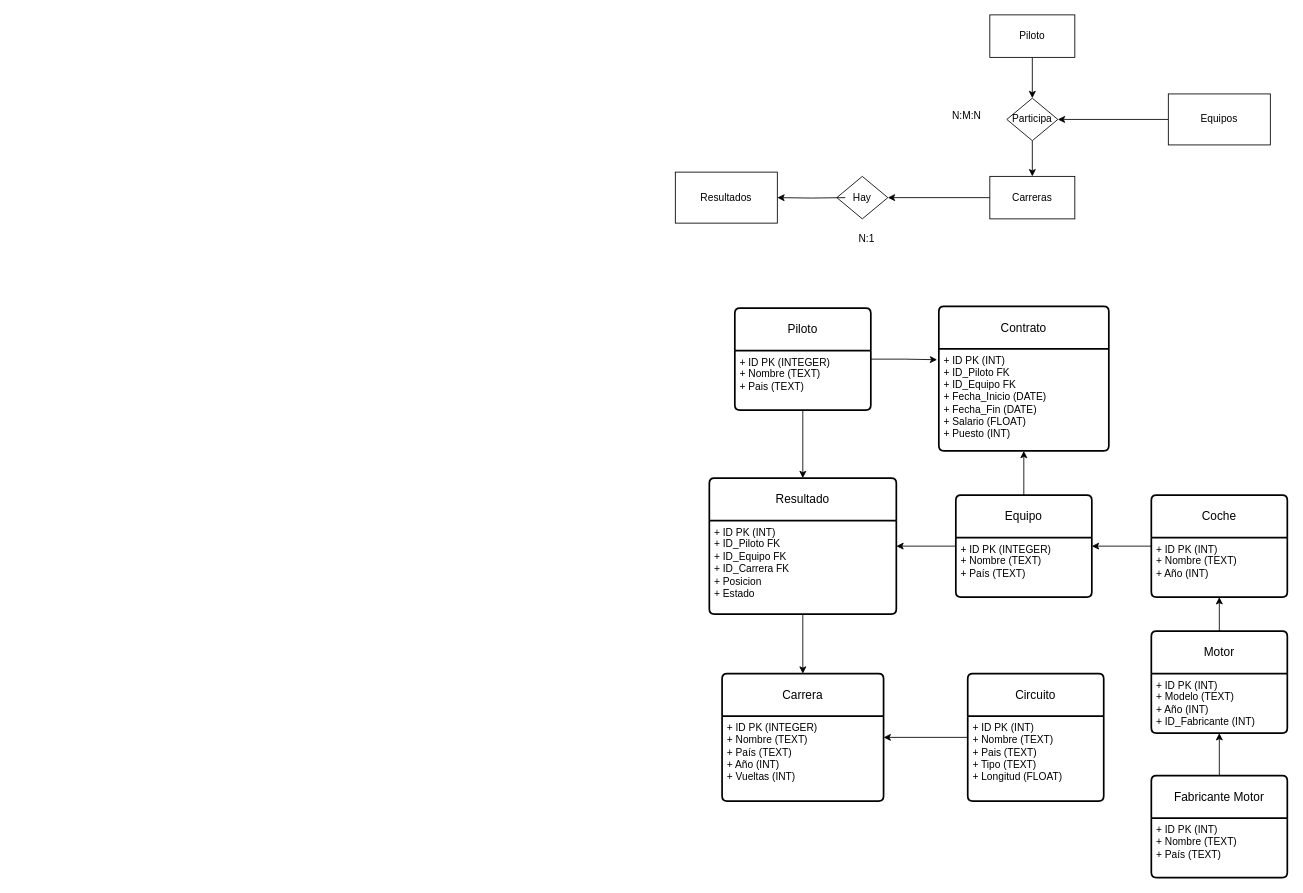
Earlier version of the draw.io diagram AccesoADatos/F1.drawio (SrLlama99/3WEM). Source tidied: cells renumbered, new cells numbered last; positions are measured from the earlier drawing's top-left corner, leaving out a move shared by most shapes. Both pictures are drawn from the tidied source at 85%, with x=0, y=0 at pixel (675, 14).
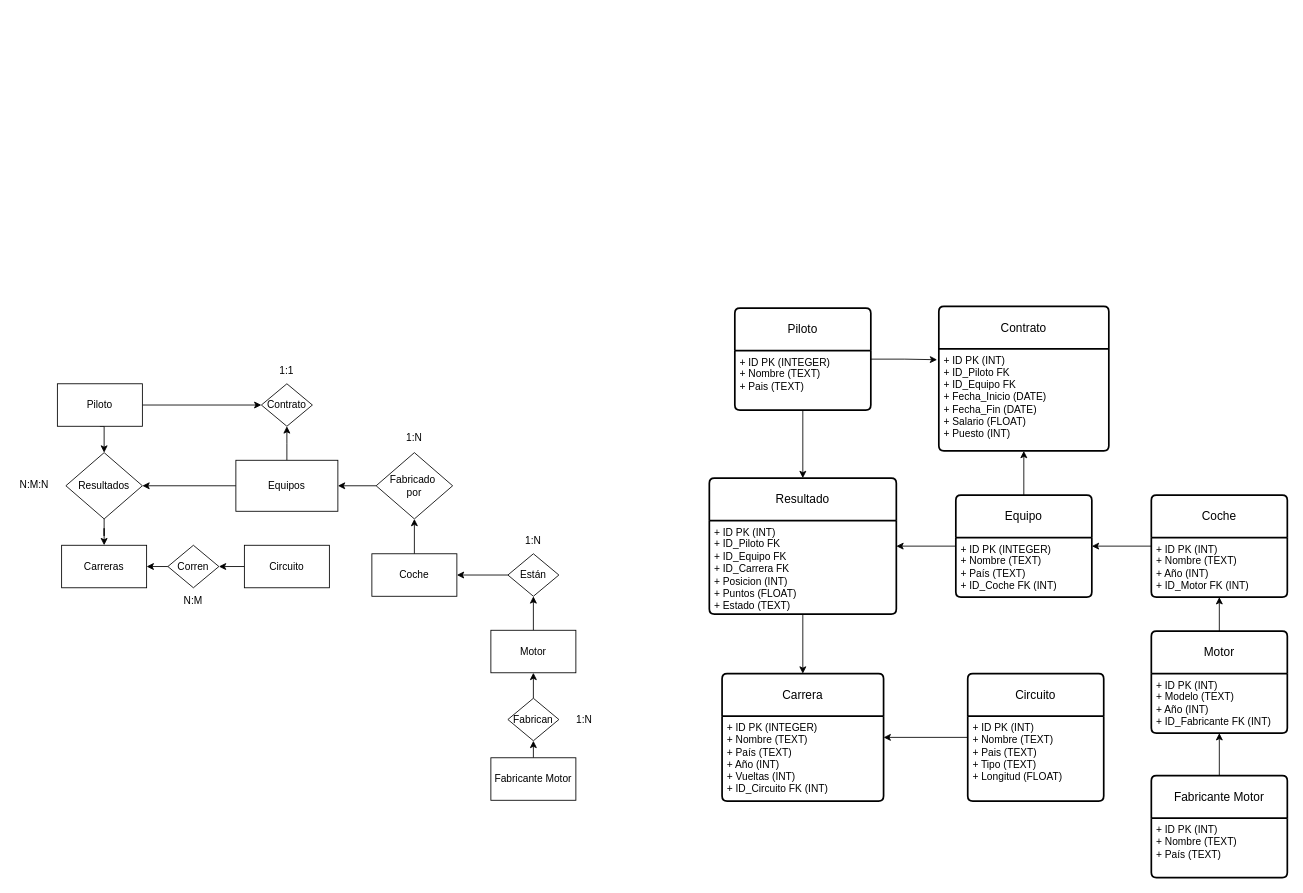
After the change.

Unchanged cells that the change refers to:
```xml
<mxCell id="17" value="Equipo" style="swimlane;horizontal=1;startSize=50;rounded=1;fontSize=14;fontStyle=0;strokeWidth=2;shadow=0;dashed=0;align=center;arcSize=4;whiteSpace=wrap;html=1;" parent="1" vertex="1">
  <mxGeometry x="330" y="565" width="160" height="120" as="geometry" />
</mxCell>
<mxCell id="23" value="Resultado" style="swimlane;horizontal=1;startSize=50;rounded=1;fontSize=14;fontStyle=0;strokeWidth=2;shadow=0;dashed=0;align=center;arcSize=4;whiteSpace=wrap;html=1;" parent="1" vertex="1">
  <mxGeometry x="40" y="545" width="220" height="160" as="geometry" />
</mxCell>
<mxCell id="25" value="Carrera" style="swimlane;horizontal=1;startSize=50;rounded=1;fontSize=14;fontStyle=0;strokeWidth=2;shadow=0;dashed=0;align=center;arcSize=4;whiteSpace=wrap;html=1;" parent="1" vertex="1">
  <mxGeometry x="55" y="775" width="190" height="150" as="geometry" />
</mxCell>
<mxCell id="33" value="Coche" style="swimlane;horizontal=1;startSize=50;rounded=1;fontSize=14;fontStyle=0;strokeWidth=2;shadow=0;dashed=0;align=center;arcSize=4;whiteSpace=wrap;html=1;" parent="1" vertex="1">
  <mxGeometry x="560" y="565" width="160" height="120" as="geometry" />
</mxCell>
<mxCell id="36" value="Motor" style="swimlane;horizontal=1;startSize=50;rounded=1;fontSize=14;fontStyle=0;strokeWidth=2;shadow=0;dashed=0;align=center;arcSize=4;whiteSpace=wrap;html=1;" parent="1" vertex="1">
  <mxGeometry x="560" y="725" width="160" height="120" as="geometry" />
</mxCell>
<mxCell id="39" value="Fabricante Motor" style="swimlane;horizontal=1;startSize=50;rounded=1;fontSize=14;fontStyle=0;strokeWidth=2;shadow=0;dashed=0;align=center;arcSize=4;whiteSpace=wrap;html=1;" parent="1" vertex="1">
  <mxGeometry x="560" y="895" width="160" height="120" as="geometry" />
</mxCell>
```

Change to the diagram source:
```diff
@@
+    <mxCell id="42" style="edgeStyle=orthogonalEdgeStyle;rounded=0;jettySize=auto;html=1;exitX=0.5;exitY=0;exitDx=0;exitDy=0;entryX=0.5;entryY=1;entryDx=0;entryDy=0;" parent="1" edge="1" source="3">
+      <mxGeometry relative="1" as="geometry">
+        <mxPoint x="-457" y="484" as="targetPoint" />
+      </mxGeometry>
+    </mxCell>
     <mxCell id="3" value="Equipos" style="rounded=0;whiteSpace=wrap;html=1;" parent="1" vertex="1">
-      <mxGeometry x="580" y="93" width="120" height="60" as="geometry" />
+      <mxGeometry x="-517" y="524" width="120" height="60" as="geometry" />
     </mxCell>
@@
+    <mxCell id="43" style="edgeStyle=orthogonalEdgeStyle;rounded=0;jettySize=auto;html=1;exitX=1;exitY=0.5;exitDx=0;exitDy=0;entryX=0;entryY=0.5;entryDx=0;entryDy=0;" parent="1" edge="1" source="5" target="47">
+      <mxGeometry relative="1" as="geometry" />
+    </mxCell>
     <mxCell id="5" value="Piloto" style="html=1;dashed=0;whiteSpace=wrap;" parent="1" vertex="1">
-      <mxGeometry x="370" width="100" height="50" as="geometry" />
+      <mxGeometry x="-727" y="434" width="100" height="50" as="geometry" />
     </mxCell>
-    <mxCell id="6" style="edgeStyle=orthogonalEdgeStyle;rounded=0;jettySize=auto;html=1;exitX=0;exitY=0.5;exitDx=0;exitDy=0;entryX=1;entryY=0.5;entryDx=0;entryDy=0;" parent="1" edge="1" source="7" target="10">
-      <mxGeometry relative="1" as="geometry" />
-    </mxCell>
     <mxCell id="7" value="Carreras" style="html=1;dashed=0;whiteSpace=wrap;" parent="1" vertex="1">
-      <mxGeometry x="370" y="190" width="100" height="50" as="geometry" />
+      <mxGeometry x="-722" y="624" width="100" height="50" as="geometry" />
     </mxCell>
-    <mxCell id="8" style="edgeStyle=orthogonalEdgeStyle;rounded=0;jettySize=auto;html=1;exitX=0.5;exitY=1;exitDx=0;exitDy=0;entryX=0.5;entryY=0;entryDx=0;entryDy=0;" parent="1" edge="1" source="9" target="7">
+    <mxCell id="8" style="edgeStyle=orthogonalEdgeStyle;rounded=0;jettySize=auto;html=1;exitX=0.5;exitY=1;exitDx=0;exitDy=0;" parent="1" edge="1" source="9" target="7">
       <mxGeometry relative="1" as="geometry" />
     </mxCell>
-    <mxCell id="9" value="Participa" style="shape=rhombus;html=1;dashed=0;whiteSpace=wrap;perimeter=rhombusPerimeter;" parent="1" vertex="1">
-      <mxGeometry x="390" y="98" width="60" height="50" as="geometry" />
+    <mxCell id="9" value="Resultados" style="shape=rhombus;html=1;dashed=0;whiteSpace=wrap;perimeter=rhombusPerimeter;" parent="1" vertex="1">
+      <mxGeometry x="-717" y="515" width="90" height="78" as="geometry" />
     </mxCell>
-    <mxCell id="10" value="Hay" style="shape=rhombus;html=1;dashed=0;whiteSpace=wrap;perimeter=rhombusPerimeter;" parent="1" vertex="1">
-      <mxGeometry x="190" y="190" width="60" height="50" as="geometry" />
-    </mxCell>
-    <mxCell id="11" style="edgeStyle=orthogonalEdgeStyle;rounded=0;jettySize=auto;html=1;exitX=0;exitY=0.5;exitDx=0;exitDy=0;" parent="1" edge="1" target="12">
-      <mxGeometry relative="1" as="geometry">
-        <mxPoint x="200" y="215" as="sourcePoint" />
-      </mxGeometry>
-    </mxCell>
-    <mxCell id="12" value="Resultados" style="rounded=0;whiteSpace=wrap;html=1;" parent="1" vertex="1">
-      <mxGeometry y="185" width="120" height="60" as="geometry" />
-    </mxCell>
     <mxCell id="13" value="N:M:N" style="text;strokeColor=none;fillColor=none;spacingLeft=4;spacingRight=4;overflow=hidden;fontSize=12;whiteSpace=wrap;html=1;" parent="1" vertex="1">
-      <mxGeometry x="320" y="105" width="50" height="30" as="geometry" />
+      <mxGeometry x="-777" y="539" width="50" height="30" as="geometry" />
     </mxCell>
-    <mxCell id="14" value="N:1" style="text;strokeColor=none;fillColor=none;spacingLeft=4;spacingRight=4;overflow=hidden;fontSize=12;whiteSpace=wrap;html=1;" parent="1" vertex="1">
-      <mxGeometry x="210" y="250" width="40" height="30" as="geometry" />
-    </mxCell>
@@
-    <mxCell id="18" value="+ ID PK (INTEGER)&lt;div&gt;+ Nombre (TEXT)&lt;/div&gt;&lt;div&gt;+ País (TEXT)&lt;/div&gt;" style="align=left;strokeColor=none;fillColor=none;spacingLeft=4;spacingRight=4;fontSize=12;verticalAlign=top;html=1;whiteSpace=wrap;" parent="17" vertex="1">
+    <mxCell id="18" value="+ ID PK (INTEGER)&lt;div&gt;+ Nombre (TEXT)&lt;/div&gt;&lt;div&gt;+ País (TEXT)&lt;/div&gt;&lt;div&gt;+ ID_Coche FK (INT)&lt;/div&gt;" style="align=left;strokeColor=none;fillColor=none;spacingLeft=4;spacingRight=4;fontSize=12;verticalAlign=top;html=1;whiteSpace=wrap;" parent="17" vertex="1">
       <mxGeometry y="50" width="160" height="70" as="geometry" />
     </mxCell>
@@
-    <mxCell id="24" value="&lt;div&gt;+ ID PK (INT)&lt;/div&gt;+ ID_Piloto FK&lt;div&gt;+ ID_Equipo FK&lt;/div&gt;&lt;div&gt;+ ID_Carrera FK&lt;/div&gt;&lt;div&gt;+ Posicion&lt;/div&gt;&lt;div&gt;+ Estado&lt;/div&gt;" style="align=left;strokeColor=none;fillColor=none;spacingLeft=4;spacingRight=4;fontSize=12;verticalAlign=top;html=1;whiteSpace=wrap;" parent="23" vertex="1">
+    <mxCell id="24" value="&lt;div&gt;+ ID PK (INT)&lt;/div&gt;+ ID_Piloto FK&lt;div&gt;+ ID_Equipo FK&lt;/div&gt;&lt;div&gt;+ ID_Carrera FK&lt;/div&gt;&lt;div&gt;+ Posicion (INT)&lt;/div&gt;&lt;div&gt;+ Puntos (FLOAT)&lt;/div&gt;&lt;div&gt;+ Estado (TEXT)&lt;/div&gt;" style="align=left;strokeColor=none;fillColor=none;spacingLeft=4;spacingRight=4;fontSize=12;verticalAlign=top;html=1;whiteSpace=wrap;" parent="23" vertex="1">
       <mxGeometry y="50" width="220" height="110" as="geometry" />
     </mxCell>
@@
-    <mxCell id="26" value="+ ID PK (INTEGER)&lt;div&gt;+ Nombre (TEXT)&lt;/div&gt;&lt;div&gt;+ País (TEXT)&lt;/div&gt;&lt;div&gt;+ Año (INT)&lt;/div&gt;&lt;div&gt;+ Vueltas (INT)&lt;/div&gt;" style="align=left;strokeColor=none;fillColor=none;spacingLeft=4;spacingRight=4;fontSize=12;verticalAlign=top;html=1;whiteSpace=wrap;" parent="25" vertex="1">
+    <mxCell id="26" value="+ ID PK (INTEGER)&lt;div&gt;+ Nombre (TEXT)&lt;/div&gt;&lt;div&gt;+ País (TEXT)&lt;/div&gt;&lt;div&gt;+ Año (INT)&lt;/div&gt;&lt;div&gt;+ Vueltas (INT)&lt;/div&gt;&lt;div&gt;+ ID_Circuito FK (INT)&lt;/div&gt;" style="align=left;strokeColor=none;fillColor=none;spacingLeft=4;spacingRight=4;fontSize=12;verticalAlign=top;html=1;whiteSpace=wrap;" parent="25" vertex="1">
       <mxGeometry y="50" width="190" height="100" as="geometry" />
     </mxCell>
@@
-    <mxCell id="34" value="+ ID PK (INT)&lt;br&gt;+ Nombre (TEXT)&lt;div&gt;+ Año (INT)&lt;/div&gt;" style="align=left;strokeColor=none;fillColor=none;spacingLeft=4;spacingRight=4;fontSize=12;verticalAlign=top;html=1;whiteSpace=wrap;" parent="33" vertex="1">
+    <mxCell id="34" value="+ ID PK (INT)&lt;br&gt;+ Nombre (TEXT)&lt;div&gt;+ Año (INT)&lt;/div&gt;&lt;div&gt;+ ID_Motor FK (INT)&lt;/div&gt;" style="align=left;strokeColor=none;fillColor=none;spacingLeft=4;spacingRight=4;fontSize=12;verticalAlign=top;html=1;whiteSpace=wrap;" parent="33" vertex="1">
       <mxGeometry y="50" width="160" height="70" as="geometry" />
     </mxCell>
@@
-    <mxCell id="37" value="+ ID PK (INT)&lt;br&gt;+ Modelo (TEXT)&lt;br&gt;+ Año (INT)&lt;div&gt;+ ID_Fabricante (INT)&lt;/div&gt;" style="align=left;strokeColor=none;fillColor=none;spacingLeft=4;spacingRight=4;fontSize=12;verticalAlign=top;html=1;whiteSpace=wrap;" parent="36" vertex="1">
+    <mxCell id="37" value="+ ID PK (INT)&lt;br&gt;+ Modelo (TEXT)&lt;br&gt;+ Año (INT)&lt;div&gt;+ ID_Fabricante FK (INT)&lt;/div&gt;" style="align=left;strokeColor=none;fillColor=none;spacingLeft=4;spacingRight=4;fontSize=12;verticalAlign=top;html=1;whiteSpace=wrap;" parent="36" vertex="1">
       <mxGeometry y="50" width="160" height="70" as="geometry" />
     </mxCell>
-    <mxCell id="38" style="edgeStyle=orthogonalEdgeStyle;rounded=0;jettySize=auto;html=1;exitX=0.5;exitY=0;exitDx=0;exitDy=0;entryX=0.5;entryY=1;entryDx=0;entryDy=0;" parent="1" edge="1" source="39" target="37">
-      <mxGeometry relative="1" as="geometry" />
-    </mxCell>
+    <mxCell id="44" style="edgeStyle=orthogonalEdgeStyle;rounded=0;jettySize=auto;html=1;exitX=0.5;exitY=0;exitDx=0;exitDy=0;entryX=0.5;entryY=1;entryDx=0;entryDy=0;" parent="1" edge="1" source="39" target="36">
+      <mxGeometry relative="1" as="geometry" />
+    </mxCell>
@@
+    <mxCell id="45" style="edgeStyle=orthogonalEdgeStyle;rounded=0;jettySize=auto;html=1;exitX=0;exitY=0.5;exitDx=0;exitDy=0;entryX=1;entryY=0.5;entryDx=0;entryDy=0;" parent="1" edge="1" source="46" target="61">
+      <mxGeometry relative="1" as="geometry" />
+    </mxCell>
+    <mxCell id="46" value="Circuito" style="html=1;dashed=0;whiteSpace=wrap;" parent="1" vertex="1">
+      <mxGeometry x="-507" y="624" width="100" height="50" as="geometry" />
+    </mxCell>
+    <mxCell id="47" value="Contrato" style="shape=rhombus;html=1;dashed=0;whiteSpace=wrap;perimeter=rhombusPerimeter;" parent="1" vertex="1">
+      <mxGeometry x="-487" y="434" width="60" height="50" as="geometry" />
+    </mxCell>
+    <mxCell id="48" style="edgeStyle=orthogonalEdgeStyle;rounded=0;jettySize=auto;html=1;exitX=0;exitY=0.5;exitDx=0;exitDy=0;entryX=1;entryY=0.5;entryDx=0;entryDy=0;" parent="1" edge="1" source="49" target="3">
+      <mxGeometry relative="1" as="geometry" />
+    </mxCell>
+    <mxCell id="49" value="Fabricado&amp;nbsp;&lt;div&gt;por&lt;/div&gt;" style="shape=rhombus;html=1;dashed=0;whiteSpace=wrap;perimeter=rhombusPerimeter;" parent="1" vertex="1">
+      <mxGeometry x="-352" y="515" width="90" height="78" as="geometry" />
+    </mxCell>
+    <mxCell id="50" style="edgeStyle=orthogonalEdgeStyle;rounded=0;jettySize=auto;html=1;exitX=0.5;exitY=0;exitDx=0;exitDy=0;entryX=0.5;entryY=1;entryDx=0;entryDy=0;" parent="1" edge="1" source="51" target="49">
+      <mxGeometry relative="1" as="geometry" />
+    </mxCell>
+    <mxCell id="51" value="Coche" style="html=1;dashed=0;whiteSpace=wrap;" parent="1" vertex="1">
+      <mxGeometry x="-357" y="634" width="100" height="50" as="geometry" />
+    </mxCell>
+    <mxCell id="52" style="edgeStyle=orthogonalEdgeStyle;rounded=0;jettySize=auto;html=1;exitX=0;exitY=0.5;exitDx=0;exitDy=0;entryX=1;entryY=0.5;entryDx=0;entryDy=0;" parent="1" edge="1" source="53" target="51">
+      <mxGeometry relative="1" as="geometry" />
+    </mxCell>
+    <mxCell id="53" value="Están" style="shape=rhombus;html=1;dashed=0;whiteSpace=wrap;perimeter=rhombusPerimeter;" parent="1" vertex="1">
+      <mxGeometry x="-197" y="634" width="60" height="50" as="geometry" />
+    </mxCell>
+    <mxCell id="54" style="edgeStyle=orthogonalEdgeStyle;rounded=0;jettySize=auto;html=1;exitX=0.5;exitY=0;exitDx=0;exitDy=0;entryX=0.5;entryY=1;entryDx=0;entryDy=0;" parent="1" edge="1" source="55" target="53">
+      <mxGeometry relative="1" as="geometry" />
+    </mxCell>
+    <mxCell id="55" value="Motor" style="html=1;dashed=0;whiteSpace=wrap;" parent="1" vertex="1">
+      <mxGeometry x="-217" y="724" width="100" height="50" as="geometry" />
+    </mxCell>
+    <mxCell id="56" style="edgeStyle=orthogonalEdgeStyle;rounded=0;jettySize=auto;html=1;exitX=0.5;exitY=0;exitDx=0;exitDy=0;entryX=0.5;entryY=1;entryDx=0;entryDy=0;" parent="1" edge="1" source="57" target="59">
+      <mxGeometry relative="1" as="geometry" />
+    </mxCell>
+    <mxCell id="57" value="Fabricante Motor" style="html=1;dashed=0;whiteSpace=wrap;" parent="1" vertex="1">
+      <mxGeometry x="-217" y="874" width="100" height="50" as="geometry" />
+    </mxCell>
+    <mxCell id="58" style="edgeStyle=orthogonalEdgeStyle;rounded=0;jettySize=auto;html=1;exitX=0.5;exitY=0;exitDx=0;exitDy=0;entryX=0.5;entryY=1;entryDx=0;entryDy=0;" parent="1" edge="1" source="59" target="55">
+      <mxGeometry relative="1" as="geometry" />
+    </mxCell>
+    <mxCell id="59" value="Fabrican" style="shape=rhombus;html=1;dashed=0;whiteSpace=wrap;perimeter=rhombusPerimeter;" parent="1" vertex="1">
+      <mxGeometry x="-197" y="804" width="60" height="50" as="geometry" />
+    </mxCell>
+    <mxCell id="60" style="edgeStyle=orthogonalEdgeStyle;rounded=0;jettySize=auto;html=1;exitX=0;exitY=0.5;exitDx=0;exitDy=0;entryX=1;entryY=0.5;entryDx=0;entryDy=0;" parent="1" edge="1" source="61" target="7">
+      <mxGeometry relative="1" as="geometry" />
+    </mxCell>
+    <mxCell id="61" value="Corren" style="shape=rhombus;html=1;dashed=0;whiteSpace=wrap;perimeter=rhombusPerimeter;" parent="1" vertex="1">
+      <mxGeometry x="-597" y="624" width="60" height="50" as="geometry" />
+    </mxCell>
+    <mxCell id="62" value="1:1" style="text;html=1;whiteSpace=wrap;strokeColor=none;fillColor=none;align=center;verticalAlign=middle;rounded=0;" parent="1" vertex="1">
+      <mxGeometry x="-487" y="404" width="60" height="30" as="geometry" />
+    </mxCell>
+    <mxCell id="63" value="1:N" style="text;html=1;whiteSpace=wrap;strokeColor=none;fillColor=none;align=center;verticalAlign=middle;rounded=0;" parent="1" vertex="1">
+      <mxGeometry x="-337" y="483" width="60" height="30" as="geometry" />
+    </mxCell>
+    <mxCell id="64" value="1:N" style="text;html=1;whiteSpace=wrap;strokeColor=none;fillColor=none;align=center;verticalAlign=middle;rounded=0;" parent="1" vertex="1">
+      <mxGeometry x="-197" y="604" width="60" height="30" as="geometry" />
+    </mxCell>
+    <mxCell id="65" value="1:N" style="text;html=1;whiteSpace=wrap;strokeColor=none;fillColor=none;align=center;verticalAlign=middle;rounded=0;" parent="1" vertex="1">
+      <mxGeometry x="-137" y="814" width="60" height="30" as="geometry" />
+    </mxCell>
+    <mxCell id="66" value="N:M" style="text;html=1;whiteSpace=wrap;strokeColor=none;fillColor=none;align=center;verticalAlign=middle;rounded=0;" parent="1" vertex="1">
+      <mxGeometry x="-597" y="675" width="60" height="30" as="geometry" />
+    </mxCell>
```
